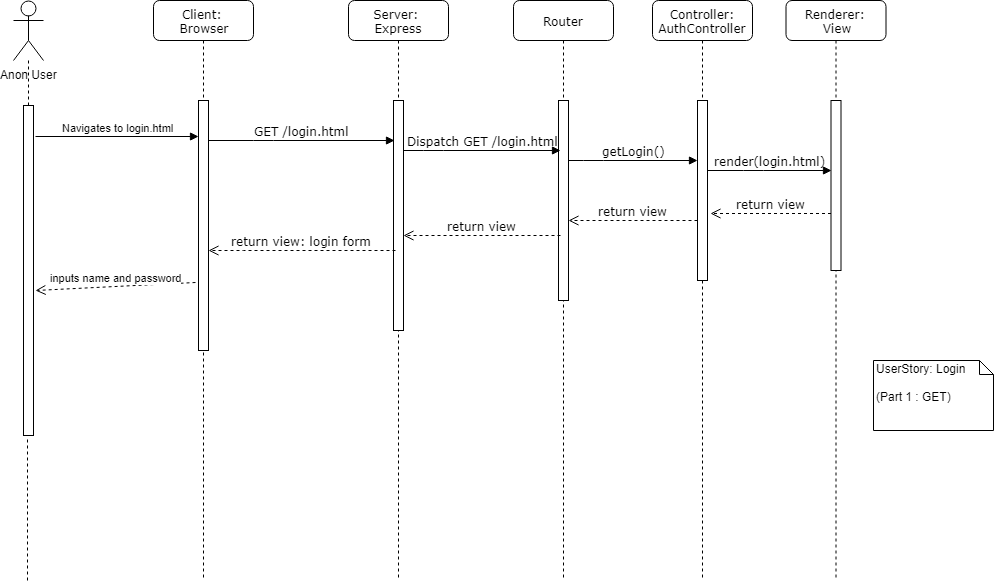
Earlier version of the draw.io export UML_Graphics/Sequence Diagram_ Login Part 1.png (O-clock-Pulsar/Pictionary-TeamPyjamasque). Source tidied: cells renumbered, new cells last; positions are measured from the earlier drawing's top-left corner, leaving out a move shared by most shapes.
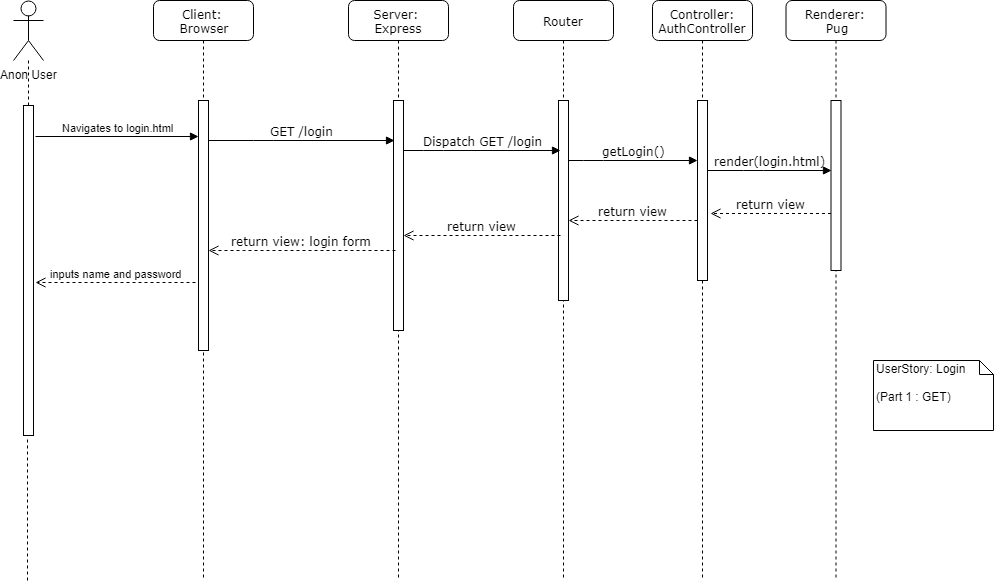
After the change.

Commit message:
Small changes to both Login UMLs and Create Game UML

What changed in the source:
```diff
@@ -17,7 +17,7 @@
     <mxCell id="6" value="Controller: AuthController" style="shape=umlLifeline;perimeter=lifelinePerimeter;whiteSpace=wrap;html=1;rounded=1;shadow=0;comic=0;labelBackgroundColor=none;strokeColor=#000000;strokeWidth=1;fillColor=#FFFFFF;fontFamily=Verdana;fontSize=12;fontColor=#000000;align=center;" parent="1" vertex="1">
       <mxGeometry x="639" width="100" height="580" as="geometry" />
     </mxCell>
-    <mxCell id="7" value="Renderer: &lt;br&gt;View" style="shape=umlLifeline;perimeter=lifelinePerimeter;whiteSpace=wrap;html=1;rounded=1;shadow=0;comic=0;labelBackgroundColor=none;strokeColor=#000000;strokeWidth=1;fillColor=#FFFFFF;fontFamily=Verdana;fontSize=12;fontColor=#000000;align=center;" parent="1" vertex="1">
+    <mxCell id="7" value="Renderer: &lt;br&gt;Pug" style="shape=umlLifeline;perimeter=lifelinePerimeter;whiteSpace=wrap;html=1;rounded=1;shadow=0;comic=0;labelBackgroundColor=none;strokeColor=#000000;strokeWidth=1;fillColor=#FFFFFF;fontFamily=Verdana;fontSize=12;fontColor=#000000;align=center;" parent="1" vertex="1">
       <mxGeometry x="772.5" width="100" height="580" as="geometry" />
     </mxCell>
     <mxCell id="8" style="html=1;points=[];perimeter=orthogonalPerimeter;rounded=0;shadow=0;comic=0;labelBackgroundColor=none;strokeColor=#000000;strokeWidth=1;fillColor=#FFFFFF;fontFamily=Verdana;fontSize=12;fontColor=#000000;align=center;" parent="7" vertex="1">
@@ -52,7 +52,7 @@
     <mxCell id="14" value="return view" style="html=1;verticalAlign=bottom;endArrow=open;dashed=1;endSize=8;labelBackgroundColor=none;fontFamily=Verdana;fontSize=12;edgeStyle=elbowEdgeStyle;elbow=vertical;entryX=1.3;entryY=0.628;entryDx=0;entryDy=0;entryPerimeter=0;" parent="1" edge="1" source="8" target="11">
       <mxGeometry relative="1" as="geometry" />
     </mxCell>
-    <mxCell id="15" value="GET /login.html" style="html=1;verticalAlign=bottom;endArrow=block;labelBackgroundColor=none;fontFamily=Verdana;fontSize=12;edgeStyle=elbowEdgeStyle;elbow=vertical;" parent="1" edge="1" source="10">
+    <mxCell id="15" value="GET /login" style="html=1;verticalAlign=bottom;endArrow=block;labelBackgroundColor=none;fontFamily=Verdana;fontSize=12;edgeStyle=elbowEdgeStyle;elbow=vertical;" parent="1" edge="1" source="10">
       <mxGeometry relative="1" as="geometry">
         <mxPoint x="381" y="140" as="targetPoint" />
         <Array as="points">
@@ -60,7 +60,7 @@
         </Array>
       </mxGeometry>
     </mxCell>
-    <mxCell id="16" value="Dispatch GET /login.html" style="html=1;verticalAlign=bottom;endArrow=block;labelBackgroundColor=none;fontFamily=Verdana;fontSize=12;edgeStyle=elbowEdgeStyle;elbow=vertical;" parent="1" edge="1" source="3">
+    <mxCell id="16" value="Dispatch GET /login" style="html=1;verticalAlign=bottom;endArrow=block;labelBackgroundColor=none;fontFamily=Verdana;fontSize=12;edgeStyle=elbowEdgeStyle;elbow=vertical;" parent="1" edge="1" source="3">
       <mxGeometry relative="1" as="geometry">
         <mxPoint x="547" y="150" as="targetPoint" />
         <Array as="points">
@@ -110,8 +110,10 @@
         <mxPoint x="14" y="580" as="sourcePoint" />
       </mxGeometry>
     </mxCell>
-    <mxCell id="26" value="inputs name and password" style="html=1;verticalAlign=bottom;endArrow=open;dashed=1;endSize=8;exitX=-0.3;exitY=0.728;exitDx=0;exitDy=0;exitPerimeter=0;entryX=1.2;entryY=0.561;entryDx=0;entryDy=0;entryPerimeter=0;" parent="1" edge="1" source="10" target="24">
-      <mxGeometry relative="1" as="geometry" />
+    <mxCell id="26" value="inputs name and password" style="html=1;verticalAlign=bottom;endArrow=open;dashed=1;endSize=8;exitX=-0.3;exitY=0.728;exitDx=0;exitDy=0;exitPerimeter=0;" parent="1" edge="1" source="10">
+      <mxGeometry relative="1" as="geometry">
+        <mxPoint x="22" y="282" as="targetPoint" />
+      </mxGeometry>
     </mxCell>
   </root>
 </mxGraphModel>
```
